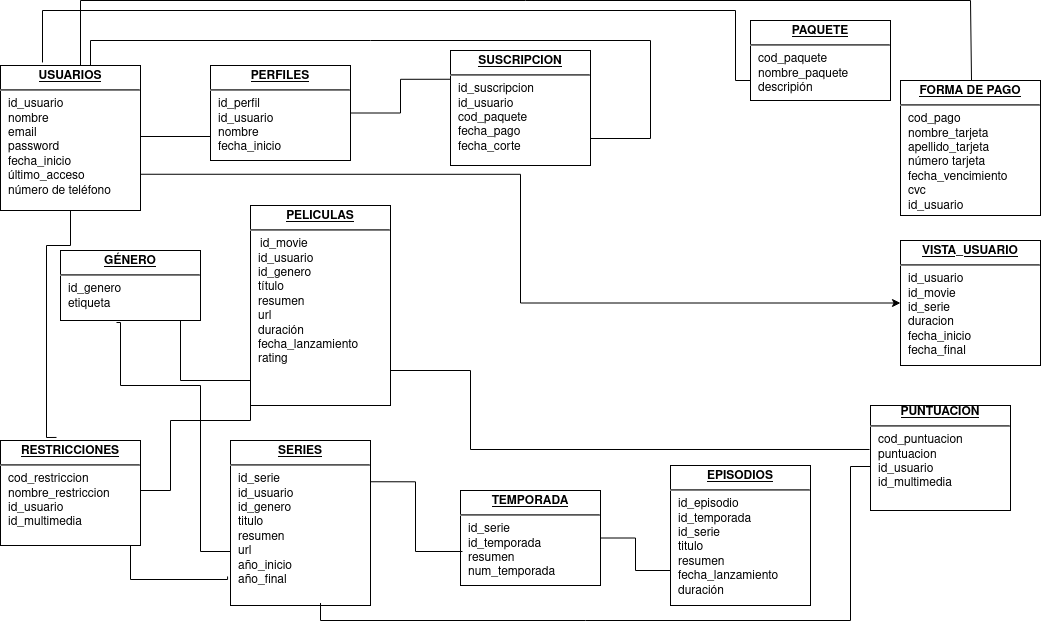
Above: Untitled Diagram.png in EvaAnalytics/Images (draw.io), before the change. Source tidied: cells renumbered, new cells last; positions are measured from the earlier drawing's top-left corner, leaving out a move shared by most shapes.
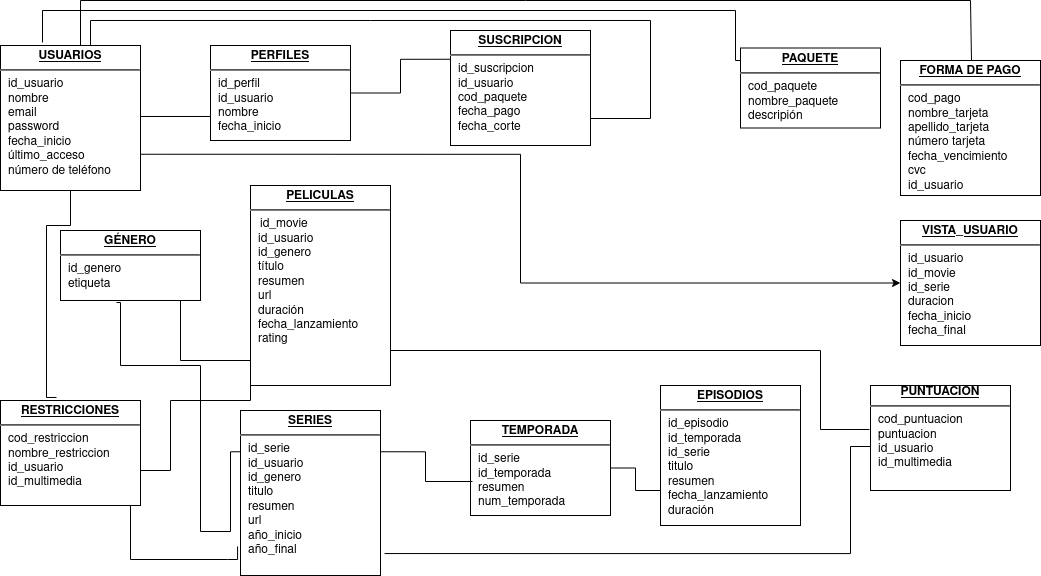
The same diagram one commit later.

Diff of the diagram source:
```diff
@@ -58,7 +58,7 @@
       <mxGeometry x="900" y="240" width="140" height="125" as="geometry" />
     </mxCell>
     <mxCell id="13" value="&lt;p style=&quot;margin: 0px ; margin-top: 4px ; text-align: center ; text-decoration: underline&quot;&gt;&lt;b&gt;SERIES&lt;/b&gt;&lt;/p&gt;&lt;hr&gt;&lt;p style=&quot;margin: 0px ; margin-left: 8px&quot;&gt;id_serie&lt;br&gt;id_usuario&lt;br&gt;id_genero&lt;br&gt;&lt;/p&gt;&lt;p style=&quot;margin: 0px ; margin-left: 8px&quot;&gt;titulo&lt;br&gt;&lt;/p&gt;&lt;p style=&quot;margin: 0px ; margin-left: 8px&quot;&gt;resumen&lt;br&gt;&lt;/p&gt;&lt;p style=&quot;margin: 0px ; margin-left: 8px&quot;&gt;url&lt;br&gt;&lt;/p&gt;&lt;p style=&quot;margin: 0px ; margin-left: 8px&quot;&gt;año_inicio&lt;br&gt;&lt;/p&gt;&lt;p style=&quot;margin: 0px ; margin-left: 8px&quot;&gt;año_final&lt;br&gt;&lt;/p&gt;&lt;p style=&quot;margin: 0px ; margin-left: 8px&quot;&gt;&lt;br&gt;&lt;/p&gt;&lt;p style=&quot;margin: 0px ; margin-left: 8px&quot;&gt;&lt;br&gt;&lt;/p&gt;" style="verticalAlign=top;align=left;overflow=fill;fontSize=12;fontFamily=Helvetica;html=1;rounded=0;shadow=0;comic=0;labelBackgroundColor=none;strokeWidth=1;" parent="1" vertex="1">
-      <mxGeometry x="230" y="440" width="140" height="165" as="geometry" />
+      <mxGeometry x="240" y="430" width="140" height="165" as="geometry" />
     </mxCell>
     <mxCell id="14" style="edgeStyle=orthogonalEdgeStyle;rounded=0;html=1;entryX=1;entryY=0.75;labelBackgroundColor=none;endArrow=none;endFill=0;endSize=8;fontFamily=Verdana;fontSize=12;align=left;entryDx=0;entryDy=0;exitX=-0.021;exitY=0.824;exitDx=0;exitDy=0;exitPerimeter=0;" parent="1" edge="1" source="13" target="25">
       <mxGeometry relative="1" as="geometry">
@@ -72,8 +72,8 @@
     <mxCell id="15" style="edgeStyle=orthogonalEdgeStyle;rounded=0;html=1;labelBackgroundColor=none;endArrow=none;endFill=0;endSize=8;fontFamily=Verdana;fontSize=12;align=left;entryX=-0.007;entryY=0.419;entryDx=0;entryDy=0;entryPerimeter=0;" parent="1" edge="1" source="10" target="21">
       <mxGeometry relative="1" as="geometry">
         <Array as="points">
-          <mxPoint x="470" y="370" />
-          <mxPoint x="470" y="449" />
+          <mxPoint x="820" y="370" />
+          <mxPoint x="820" y="449" />
         </Array>
       </mxGeometry>
     </mxCell>
@@ -83,8 +83,8 @@
     <mxCell id="17" style="edgeStyle=orthogonalEdgeStyle;rounded=0;html=1;exitX=0.3;exitY=-0.021;entryX=0;entryY=0.75;labelBackgroundColor=none;endArrow=none;endFill=0;endSize=8;fontFamily=Verdana;fontSize=12;align=left;exitDx=0;exitDy=0;exitPerimeter=0;" parent="1" edge="1" source="4" target="23">
       <mxGeometry relative="1" as="geometry">
         <Array as="points">
-          <mxPoint x="42" y="10" />
-          <mxPoint x="735" y="10" />
+          <mxPoint x="42" y="30" />
+          <mxPoint x="735" y="30" />
           <mxPoint x="735" y="80" />
         </Array>
       </mxGeometry>
@@ -99,13 +99,12 @@
         </Array>
       </mxGeometry>
     </mxCell>
-    <mxCell id="20" style="edgeStyle=orthogonalEdgeStyle;rounded=0;html=1;exitX=0;exitY=0.25;entryX=0.643;entryY=0.985;labelBackgroundColor=none;endArrow=none;endFill=0;endSize=8;fontFamily=Verdana;fontSize=12;align=left;entryDx=0;entryDy=0;entryPerimeter=0;" parent="1" edge="1" source="21" target="13">
+    <mxCell id="20" style="edgeStyle=orthogonalEdgeStyle;rounded=0;html=1;exitX=0;exitY=0.25;entryX=1.029;entryY=0.867;labelBackgroundColor=none;endArrow=none;endFill=0;endSize=8;fontFamily=Verdana;fontSize=12;align=left;entryDx=0;entryDy=0;entryPerimeter=0;" parent="1" edge="1" source="21" target="13">
       <mxGeometry relative="1" as="geometry">
         <Array as="points">
           <mxPoint x="870" y="466" />
           <mxPoint x="850" y="466" />
-          <mxPoint x="850" y="620" />
-          <mxPoint x="320" y="620" />
+          <mxPoint x="850" y="573" />
         </Array>
       </mxGeometry>
     </mxCell>
@@ -116,25 +115,25 @@
       <mxGeometry relative="1" as="geometry">
         <mxPoint x="971" y="80" as="targetPoint" />
         <Array as="points">
-          <mxPoint x="80" />
-          <mxPoint x="970" />
+          <mxPoint x="80" y="20" />
+          <mxPoint x="970" y="20" />
         </Array>
       </mxGeometry>
     </mxCell>
     <mxCell id="23" value="&lt;p style=&quot;margin: 0px ; margin-top: 4px ; text-align: center ; text-decoration: underline&quot;&gt;&lt;b&gt;PAQUETE&lt;/b&gt;&lt;br&gt;&lt;/p&gt;&lt;hr&gt;&lt;p style=&quot;margin: 0px ; margin-left: 8px&quot;&gt;cod_paquete&lt;br&gt;nombre_paquete&lt;br&gt;descripión&lt;/p&gt;&lt;p style=&quot;margin: 0px ; margin-left: 8px&quot;&gt;&lt;br&gt;&lt;/p&gt;&lt;p style=&quot;margin: 0px ; margin-left: 8px&quot;&gt;&lt;br&gt;&lt;/p&gt;" style="verticalAlign=top;align=left;overflow=fill;fontSize=12;fontFamily=Helvetica;html=1;rounded=0;shadow=0;comic=0;labelBackgroundColor=none;strokeWidth=1;" parent="1" vertex="1">
-      <mxGeometry x="750" y="20" width="140" height="80" as="geometry" />
+      <mxGeometry x="740" y="67.5" width="140" height="80" as="geometry" />
     </mxCell>
     <mxCell id="24" value="&lt;p style=&quot;margin: 0px ; margin-top: 4px ; text-align: center ; text-decoration: underline&quot;&gt;&lt;b&gt;EPISODIOS&lt;/b&gt;&lt;/p&gt;&lt;hr&gt;&lt;p style=&quot;margin: 0px ; margin-left: 8px&quot;&gt;id_episodio&lt;br&gt;id_temporada&lt;br&gt;id_serie&lt;/p&gt;&lt;p style=&quot;margin: 0px ; margin-left: 8px&quot;&gt;titulo&lt;/p&gt;&lt;p style=&quot;margin: 0px ; margin-left: 8px&quot;&gt;resumen&lt;/p&gt;&lt;p style=&quot;margin: 0px ; margin-left: 8px&quot;&gt;fecha_lanzamiento&lt;/p&gt;&lt;p style=&quot;margin: 0px ; margin-left: 8px&quot;&gt;duración&lt;br&gt;&lt;/p&gt;" style="verticalAlign=top;align=left;overflow=fill;fontSize=12;fontFamily=Helvetica;html=1;rounded=0;shadow=0;comic=0;labelBackgroundColor=none;strokeWidth=1;" parent="1" vertex="1">
-      <mxGeometry x="670" y="465" width="140" height="140" as="geometry" />
+      <mxGeometry x="660" y="405" width="140" height="140" as="geometry" />
     </mxCell>
     <mxCell id="25" value="&lt;p style=&quot;margin: 0px ; margin-top: 4px ; text-align: center ; text-decoration: underline&quot;&gt;&lt;b&gt;RESTRICCIONES&lt;/b&gt;&lt;/p&gt;&lt;hr&gt;&lt;p style=&quot;margin: 0px ; margin-left: 8px&quot;&gt;cod_restriccion&lt;br&gt;nombre_restriccion&lt;br&gt;id_usuario&lt;br&gt;&lt;/p&gt;&lt;p style=&quot;margin: 0px ; margin-left: 8px&quot;&gt;id_multimedia&lt;br&gt;&lt;/p&gt;&lt;p style=&quot;margin: 0px ; margin-left: 8px&quot;&gt;&lt;br&gt;&lt;/p&gt;" style="verticalAlign=top;align=left;overflow=fill;fontSize=12;fontFamily=Helvetica;html=1;rounded=0;shadow=0;comic=0;labelBackgroundColor=none;strokeWidth=1;" parent="1" vertex="1">
-      <mxGeometry y="440" width="140" height="105" as="geometry" />
+      <mxGeometry y="420" width="140" height="105" as="geometry" />
     </mxCell>
     <mxCell id="26" value="&lt;p style=&quot;margin: 0px ; margin-top: 4px ; text-align: center ; text-decoration: underline&quot;&gt;&lt;b&gt;FORMA DE PAGO&lt;br&gt;&lt;/b&gt;&lt;/p&gt;&lt;hr&gt;&lt;p style=&quot;margin: 0px ; margin-left: 8px&quot;&gt;cod_pago&lt;br&gt;nombre_tarjeta&lt;br&gt;apellido_tarjeta&lt;/p&gt;&lt;p style=&quot;margin: 0px ; margin-left: 8px&quot;&gt;número tarjeta&lt;br&gt;&lt;/p&gt;&lt;p style=&quot;margin: 0px ; margin-left: 8px&quot;&gt;fecha_vencimiento&lt;br&gt;&lt;/p&gt;&lt;p style=&quot;margin: 0px ; margin-left: 8px&quot;&gt;cvc&lt;br&gt;&lt;/p&gt;&lt;p style=&quot;margin: 0px ; margin-left: 8px&quot;&gt;id_usuario&lt;br&gt;&lt;/p&gt;&lt;p style=&quot;margin: 0px ; margin-left: 8px&quot;&gt;&lt;br&gt;&lt;/p&gt;&lt;p style=&quot;margin: 0px ; margin-left: 8px&quot;&gt;&lt;br&gt;&lt;/p&gt;&lt;p style=&quot;margin: 0px ; margin-left: 8px&quot;&gt;&lt;br&gt;&lt;/p&gt;&lt;p style=&quot;margin: 0px ; margin-left: 8px&quot;&gt;&lt;br&gt;&lt;/p&gt;&lt;p style=&quot;margin: 0px ; margin-left: 8px&quot;&gt;&lt;br&gt;&lt;/p&gt;" style="verticalAlign=top;align=left;overflow=fill;fontSize=12;fontFamily=Helvetica;html=1;rounded=0;shadow=0;comic=0;labelBackgroundColor=none;strokeWidth=1;" parent="1" vertex="1">
       <mxGeometry x="900" y="80" width="140" height="135" as="geometry" />
     </mxCell>
     <mxCell id="27" value="&lt;p style=&quot;margin: 0px ; margin-top: 4px ; text-align: center ; text-decoration: underline&quot;&gt;&lt;b&gt;TEMPORADA&lt;/b&gt;&lt;/p&gt;&lt;hr&gt;&lt;p style=&quot;margin: 0px ; margin-left: 8px&quot;&gt;id_serie&lt;br&gt;id_temporada&lt;br&gt;resumen&lt;br&gt;&lt;/p&gt;&lt;p style=&quot;margin: 0px ; margin-left: 8px&quot;&gt;num_temporada&lt;br&gt;&lt;/p&gt;&lt;br&gt;&lt;p style=&quot;margin: 0px ; margin-left: 8px&quot;&gt;&lt;br&gt;&lt;/p&gt;&lt;p style=&quot;margin: 0px ; margin-left: 8px&quot;&gt;&lt;br&gt;&lt;/p&gt;&lt;p style=&quot;margin: 0px ; margin-left: 8px&quot;&gt;&lt;br&gt;&lt;/p&gt;" style="verticalAlign=top;align=left;overflow=fill;fontSize=12;fontFamily=Helvetica;html=1;rounded=0;shadow=0;comic=0;labelBackgroundColor=none;strokeWidth=1;" parent="1" vertex="1">
-      <mxGeometry x="460" y="490" width="140" height="95" as="geometry" />
+      <mxGeometry x="470" y="440" width="140" height="95" as="geometry" />
     </mxCell>
     <mxCell id="28" style="edgeStyle=orthogonalEdgeStyle;rounded=0;html=1;exitX=1;exitY=0.25;entryX=0.014;entryY=0.642;labelBackgroundColor=none;endArrow=none;endFill=0;endSize=8;fontFamily=Verdana;fontSize=12;align=left;entryDx=0;entryDy=0;entryPerimeter=0;" parent="1" edge="1" source="13" target="27">
       <mxGeometry relative="1" as="geometry" />
```
